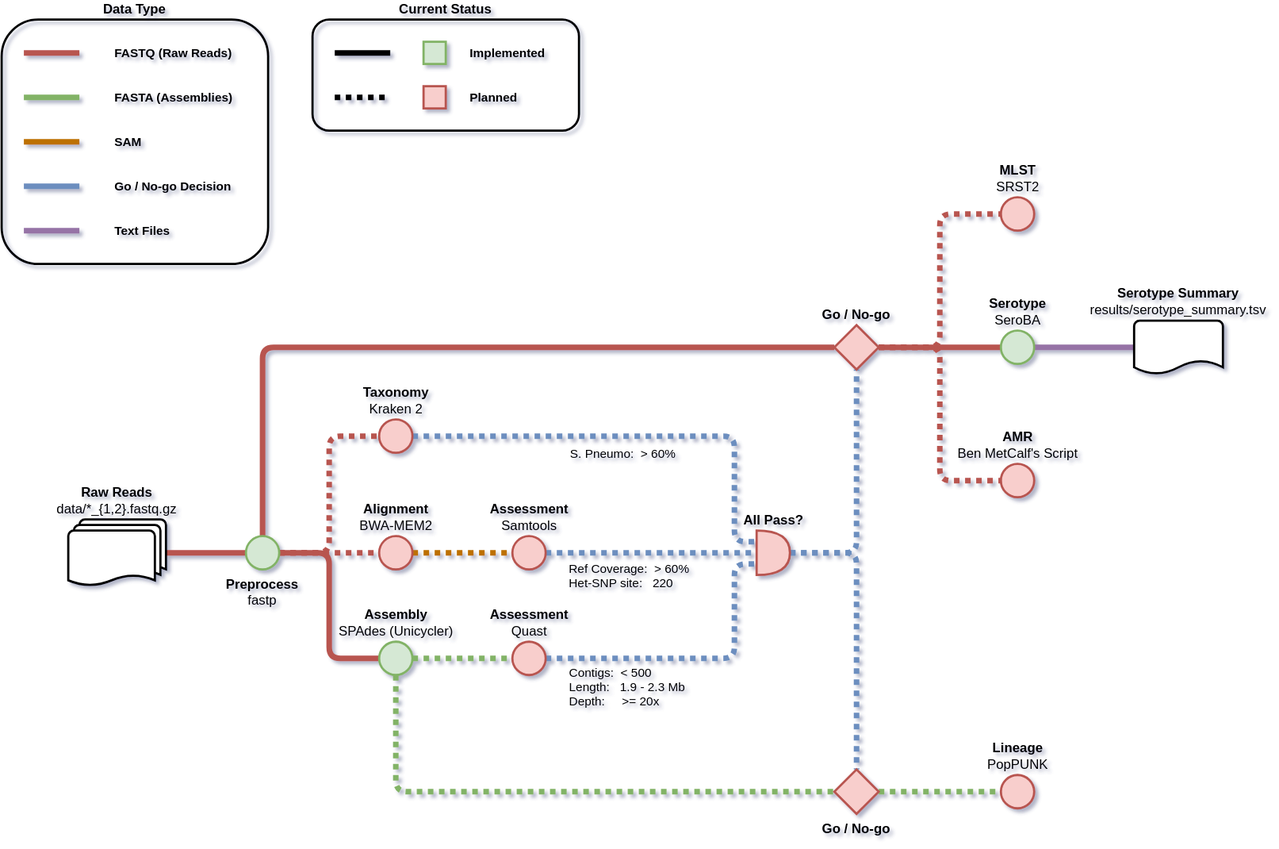
Before: doc/workflow.drawio.svg, a diagram exported from draw.io (sanger-bentley-group/gps-pipeline). Source tidied: cells renumbered, new cells last; positions are measured from the earlier drawing's top-left corner, leaving out a move shared by most shapes.
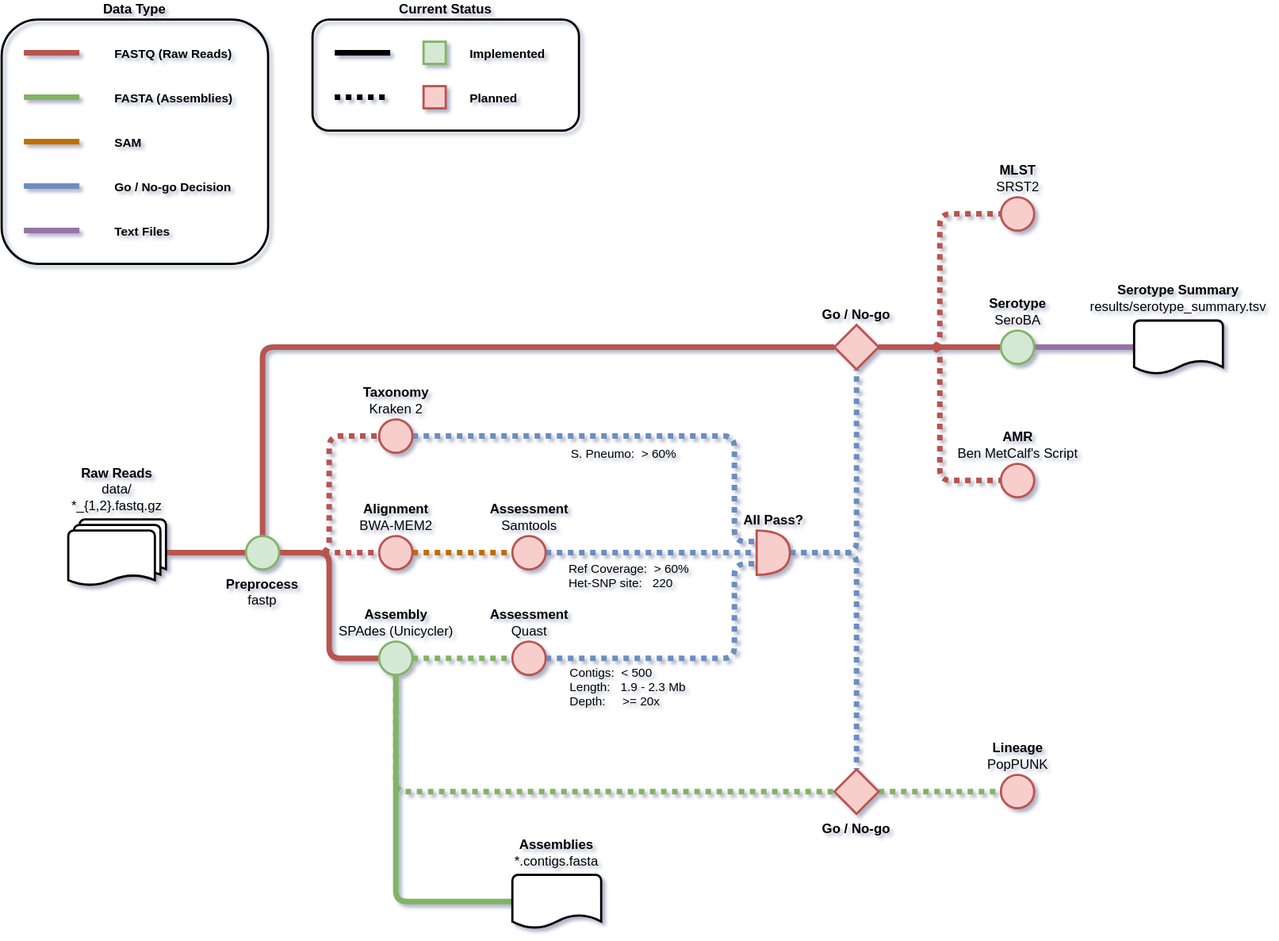
The same diagram one commit later.

The edit, as a diff of the source:
```diff
@@ -11,7 +11,7 @@
     <mxCell id="4" style="edgeStyle=orthogonalEdgeStyle;rounded=1;jettySize=auto;html=1;entryX=0;entryY=0.5;entryDx=0;entryDy=0;endArrow=none;endFill=0;strokeWidth=5;fillColor=#f8cecc;strokeColor=#b85450;" parent="1" edge="1" source="5" target="36">
       <mxGeometry relative="1" as="geometry" />
     </mxCell>
-    <mxCell id="5" value="&lt;b&gt;Raw Reads&lt;/b&gt;&lt;br&gt;data/&lt;span class=&quot;pl-s&quot;&gt;*_{1,2}.fastq.gz&lt;/span&gt;" style="strokeWidth=2;html=1;shape=mxgraph.flowchart.multi-document;whiteSpace=wrap;align=center;labelPosition=center;verticalLabelPosition=top;verticalAlign=bottom;rounded=1;" parent="1" vertex="1">
+    <mxCell id="5" value="&lt;b&gt;Raw Reads&lt;/b&gt;&lt;br&gt;data/&lt;span class=&quot;pl-s&quot;&gt;*_{1,2}.fastq.gz&lt;/span&gt;" style="strokeWidth=2;html=1;shape=mxgraph.flowchart.multi-document;whiteSpace=wrap;align=center;labelPosition=center;verticalLabelPosition=top;verticalAlign=bottom;rounded=1;spacing=5;" parent="1" vertex="1">
       <mxGeometry x="60" y="450" width="88" height="60" as="geometry" />
     </mxCell>
     <mxCell id="6" style="edgeStyle=orthogonalEdgeStyle;jettySize=auto;html=1;entryX=0;entryY=0.5;entryDx=0;entryDy=0;strokeWidth=5;startArrow=none;startFill=0;endArrow=none;endFill=0;fillColor=#f8cecc;strokeColor=#b85450;rounded=1;" parent="1" edge="1" source="36" target="13">
@@ -44,6 +44,9 @@
         </Array>
       </mxGeometry>
     </mxCell>
+    <mxCell id="56" style="edgeStyle=orthogonalEdgeStyle;rounded=1;html=1;entryX=0;entryY=0.5;entryDx=0;entryDy=0;entryPerimeter=0;endArrow=none;endFill=0;strokeWidth=5;fillColor=#d5e8d4;strokeColor=#82b366;exitX=0.5;exitY=1;exitDx=0;exitDy=0;" parent="1" edge="1" source="13" target="57">
+      <mxGeometry relative="1" as="geometry" />
+    </mxCell>
     <mxCell id="13" value="&lt;b&gt;Assembly&lt;/b&gt;&lt;br&gt;SPAdes (Unicycler)" style="ellipse;html=1;strokeWidth=2;labelPosition=center;verticalLabelPosition=top;align=center;verticalAlign=bottom;fillColor=#d5e8d4;strokeColor=#82b366;rounded=1;" parent="1" vertex="1">
       <mxGeometry x="340" y="560" width="30" height="30" as="geometry" />
     </mxCell>
@@ -192,7 +195,7 @@
         <mxPoint x="45" as="offset" />
       </mxGeometry>
     </mxCell>
-    <mxCell id="49" value="&lt;b&gt;Serotype Summary&lt;/b&gt;&lt;br&gt;results/serotype_summary.tsv" style="strokeWidth=2;html=1;shape=mxgraph.flowchart.document2;whiteSpace=wrap;size=0.25;labelPosition=center;verticalLabelPosition=top;align=center;verticalAlign=bottom;rounded=1;" parent="1" vertex="1">
+    <mxCell id="49" value="&lt;b&gt;Serotype Summary&lt;/b&gt;&lt;br&gt;results/serotype_summary.tsv" style="strokeWidth=2;html=1;shape=mxgraph.flowchart.document2;whiteSpace=wrap;size=0.25;labelPosition=center;verticalLabelPosition=top;align=center;verticalAlign=bottom;rounded=1;spacing=5;" parent="1" vertex="1">
       <mxGeometry x="1020" y="271" width="80" height="48" as="geometry" />
     </mxCell>
     <mxCell id="50" style="endArrow=none;html=1;rounded=1;strokeWidth=5;fillColor=#f8cecc;strokeColor=#000000;" parent="1" edge="1">
@@ -223,5 +226,8 @@
     <mxCell id="55" style="whiteSpace=wrap;html=1;fillColor=#f8cecc;strokeColor=#b85450;strokeWidth=2;" parent="1" vertex="1">
       <mxGeometry x="380" y="60" width="20" height="20" as="geometry" />
     </mxCell>
+    <mxCell id="57" value="&lt;b&gt;Assemblies&lt;/b&gt;&lt;br&gt;*.contigs.fasta" style="strokeWidth=2;html=1;shape=mxgraph.flowchart.document2;whiteSpace=wrap;size=0.25;labelPosition=center;verticalLabelPosition=top;align=center;verticalAlign=bottom;rounded=1;spacing=5;" parent="1" vertex="1">
+      <mxGeometry x="460" y="770" width="80" height="48" as="geometry" />
+    </mxCell>
   </root>
 </mxGraphModel>
```
